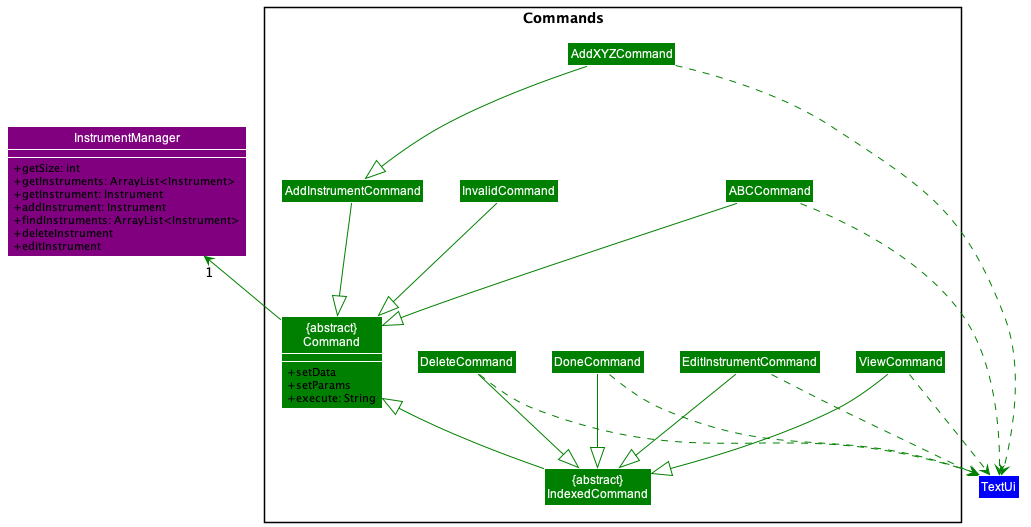
Before: docs/images/CommandsDiagram.png, a diagram exported from PlantUML (williamlamjy/mTracker). The source it was exported from:
```plantuml
@startuml
!include Styles.puml

Package "Commands                    "  <<Rectangle>>{
     Class "{abstract}\nCommand" as Command COLOR_COMMANDS {
     {method} + setData
     {method} + setParams
     {method} + execute: String
     }
     Class ViewCommand COLOR_COMMANDS
     Class EditInstrumentCommand COLOR_COMMANDS
     Class DoneCommand COLOR_COMMANDS
     Class DeleteCommand COLOR_COMMANDS

     Class InvalidCommand COLOR_COMMANDS
     Class ABCCommand COLOR_COMMANDS
     Class AddInstrumentCommand COLOR_COMMANDS
     Class "{abstract}\nIndexedCommand" as IndexedCommand COLOR_COMMANDS

     Class AddXYZCommand COLOR_COMMANDS
}


Class InstrumentManager COLOR_MODEL {
    {method} + getSize: int
    {method} + getInstruments: ArrayList<Instrument>
    {method} + getInstrument: Instrument
    {method} + addInstrument: Instrument
    {method} + findInstruments: ArrayList<Instrument>
    {method} + deleteInstrument
    {method} + editInstrument
}

Class TextUi COLOR_UI

show Command members
show InstrumentManager members

Command -up[COLOR_COMMANDS]->"1" InstrumentManager
InvalidCommand -[COLOR_COMMANDS]-|>Command
ABCCommand -[COLOR_COMMANDS]-|>Command
AddInstrumentCommand -[COLOR_COMMANDS]-|>Command
IndexedCommand -up[COLOR_COMMANDS]-|>Command

AddXYZCommand -[COLOR_COMMANDS]-|>AddInstrumentCommand

EditInstrumentCommand -[COLOR_COMMANDS]-|>IndexedCommand
ViewCommand -[COLOR_COMMANDS]-|>IndexedCommand
DoneCommand -[COLOR_COMMANDS]-|>IndexedCommand
DeleteCommand -[COLOR_COMMANDS]-|>IndexedCommand

AddXYZCommand -[COLOR_COMMANDS].>TextUi
ABCCommand -[COLOR_COMMANDS].>TextUi
DeleteCommand -[COLOR_COMMANDS].>TextUi
DoneCommand -[COLOR_COMMANDS].>TextUi
EditInstrumentCommand -[COLOR_COMMANDS].>TextUi
ViewCommand -[COLOR_COMMANDS].>TextUi

@enduml
```
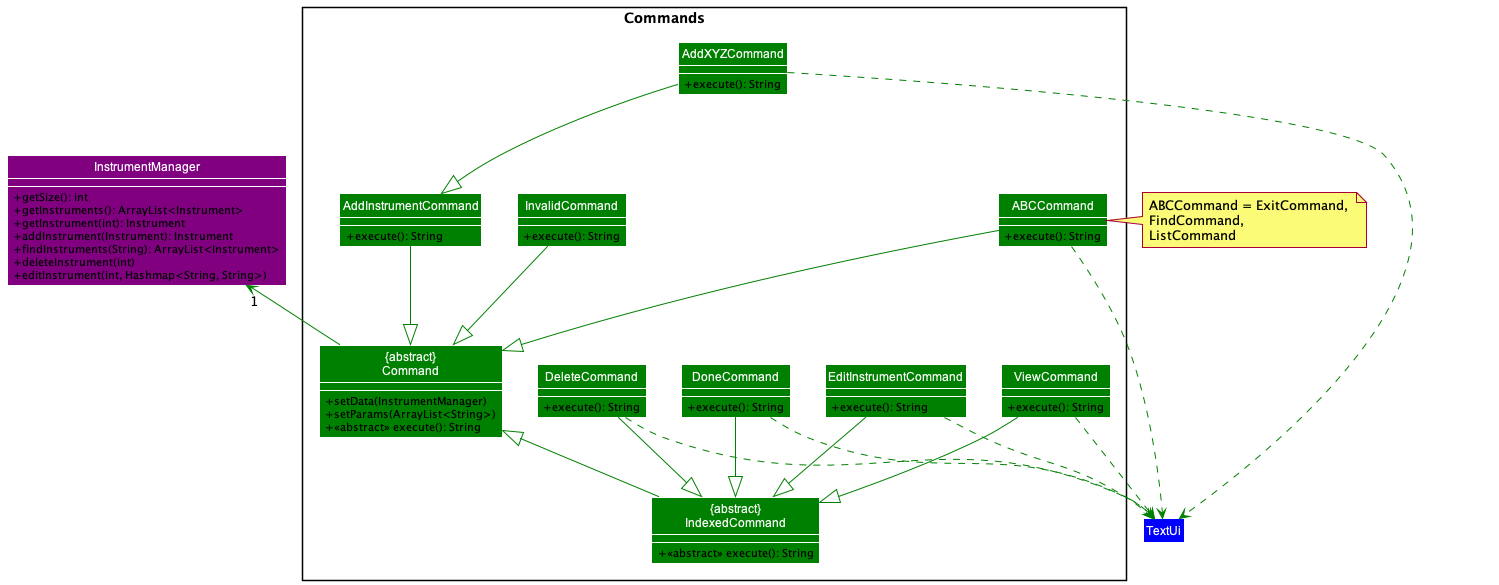
Later version of the same file.

Change to the diagram source:
```diff
@@ -3,41 +3,71 @@
 
 Package "Commands                    "  <<Rectangle>>{
      Class "{abstract}\nCommand" as Command COLOR_COMMANDS {
-     {method} + setData
-     {method} + setParams
-     {method} + execute: String
+     {method} + setData(InstrumentManager)
+     {method} + setParams(ArrayList<String>)
+     {method} + <<abstract>> execute(): String
      }
-     Class ViewCommand COLOR_COMMANDS
-     Class EditInstrumentCommand COLOR_COMMANDS
-     Class DoneCommand COLOR_COMMANDS
-     Class DeleteCommand COLOR_COMMANDS
+     Class ViewCommand COLOR_COMMANDS {
+     {method} + execute(): String
+     }
+     Class EditInstrumentCommand COLOR_COMMANDS {
+     {method} + execute(): String
+     }
+     Class DoneCommand COLOR_COMMANDS {
+     {method} + execute(): String
+     }
+     Class DeleteCommand COLOR_COMMANDS {
+     {method} + execute(): String
+     }
 
-     Class InvalidCommand COLOR_COMMANDS
-     Class ABCCommand COLOR_COMMANDS
-     Class AddInstrumentCommand COLOR_COMMANDS
-     Class "{abstract}\nIndexedCommand" as IndexedCommand COLOR_COMMANDS
+     Class InvalidCommand COLOR_COMMANDS {
+     {method} + execute(): String
+     }
+     Class ABCCommand COLOR_COMMANDS {
+     {method} + execute(): String
+     }
+     Class AddInstrumentCommand COLOR_COMMANDS {
+     {method} + execute(): String
+     }
+     Class "{abstract}\nIndexedCommand" as IndexedCommand COLOR_COMMANDS {
+     {method} + <<abstract>> execute(): String
+     }
 
-     Class AddXYZCommand COLOR_COMMANDS
+     Class AddXYZCommand COLOR_COMMANDS {
+     {method} + execute(): String
+     }
 }
 
 
 Class InstrumentManager COLOR_MODEL {
-    {method} + getSize: int
-    {method} + getInstruments: ArrayList<Instrument>
-    {method} + getInstrument: Instrument
-    {method} + addInstrument: Instrument
-    {method} + findInstruments: ArrayList<Instrument>
-    {method} + deleteInstrument
-    {method} + editInstrument
+    {method} + getSize(): int
+    {method} + getInstruments(): ArrayList<Instrument>
+    {method} + getInstrument(int): Instrument
+    {method} + addInstrument(Instrument): Instrument
+    {method} + findInstruments(String): ArrayList<Instrument>
+    {method} + deleteInstrument(int)
+    {method} + editInstrument(int, Hashmap<String, String>)
 }
 
 Class TextUi COLOR_UI
 
 show Command members
 show InstrumentManager members
+show AddInstrumentCommand members
+show IndexedCommand members
+show InvalidCommand members
+show DeleteCommand members
+show DoneCommand members
+show EditInstrumentCommand members
+show ViewCommand members
+show ABCCommand members
+show AddXYZCommand members
 
 Command -up[COLOR_COMMANDS]->"1" InstrumentManager
 InvalidCommand -[COLOR_COMMANDS]-|>Command
+
+note right of ABCCommand: ABCCommand = ExitCommand, \nFindCommand, \nListCommand
+
 ABCCommand -[COLOR_COMMANDS]-|>Command
 AddInstrumentCommand -[COLOR_COMMANDS]-|>Command
 IndexedCommand -up[COLOR_COMMANDS]-|>Command
@@ -51,6 +81,8 @@
 
 AddXYZCommand -[COLOR_COMMANDS].>TextUi
 ABCCommand -[COLOR_COMMANDS].>TextUi
+
+
 DeleteCommand -[COLOR_COMMANDS].>TextUi
 DoneCommand -[COLOR_COMMANDS].>TextUi
 EditInstrumentCommand -[COLOR_COMMANDS].>TextUi
```
